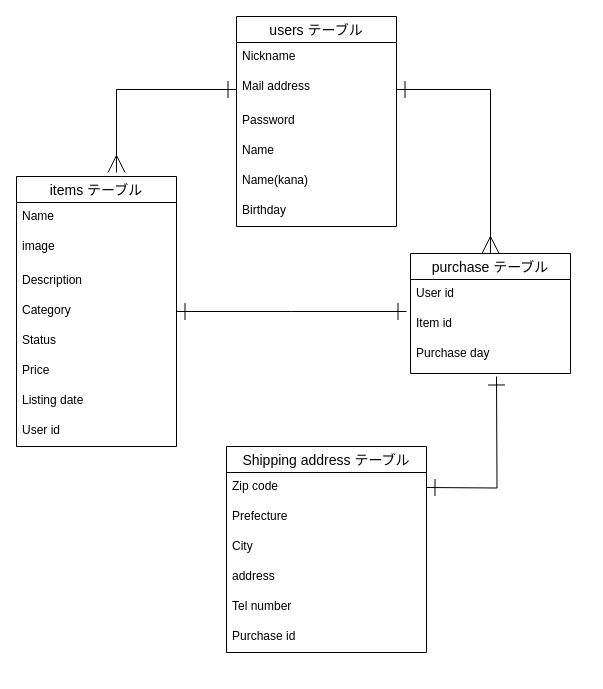
This is test.dio from hiro0405/furima-28200, a draw.io file, before an edit. Source tidied: cells renumbered, new cells numbered last; positions are measured from the earlier drawing's top-left corner, leaving out a move shared by most shapes. Both pictures are drawn from the tidied source at 100%, with x=0, y=0 at pixel (16, 16).
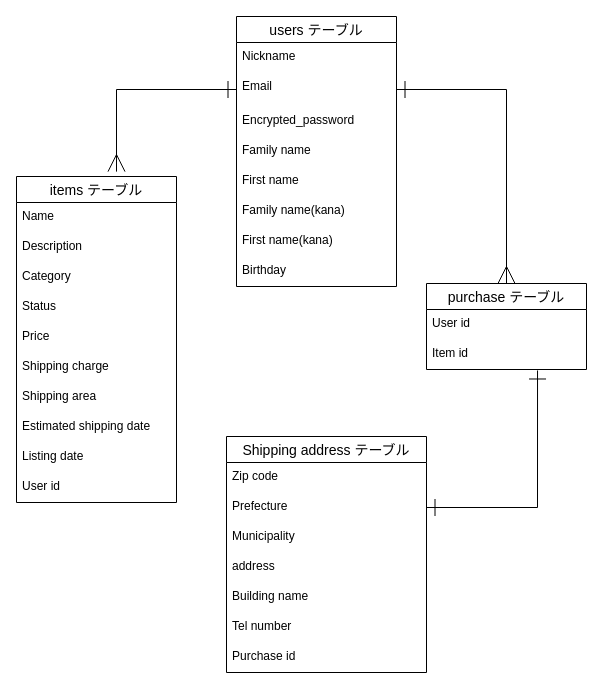
The same diagram, later.

Commit message (it also covers changes not shown here):
データベース設計の修正

The change refers to these unchanged cells:
```xml
<mxCell id="24" value="Item id" style="text;strokeColor=none;fillColor=none;spacingLeft=4;spacingRight=4;overflow=hidden;points=[[0,0.5],[1,0.5]];portConstraint=eastwest;fontSize=12;" parent="22" vertex="1">
  <mxGeometry y="56" width="160" height="30" as="geometry" />
</mxCell>
<mxCell id="28" value="Prefecture" style="text;strokeColor=none;fillColor=none;spacingLeft=4;spacingRight=4;overflow=hidden;points=[[0,0.5],[1,0.5]];portConstraint=eastwest;fontSize=12;" parent="26" vertex="1">
  <mxGeometry y="56" width="200" height="30" as="geometry" />
</mxCell>
```

Change to the diagram source:
```diff
@@
     <mxCell id="4" value="users テーブル" style="swimlane;fontStyle=0;horizontal=1;startSize=26;align=center;fontSize=14;" parent="1" vertex="1">
-      <mxGeometry x="220" width="160" height="210" as="geometry" />
+      <mxGeometry x="220" width="160" height="270" as="geometry" />
     </mxCell>
@@
-    <mxCell id="6" value="Mail address" style="text;strokeColor=none;fillColor=none;spacingLeft=4;spacingRight=4;overflow=hidden;points=[[0,0.5],[1,0.5]];portConstraint=eastwest;fontSize=12;" parent="4" vertex="1">
+    <mxCell id="6" value="Email" style="text;strokeColor=none;fillColor=none;spacingLeft=4;spacingRight=4;overflow=hidden;points=[[0,0.5],[1,0.5]];portConstraint=eastwest;fontSize=12;" parent="4" vertex="1">
       <mxGeometry y="56" width="160" height="34" as="geometry" />
     </mxCell>
-    <mxCell id="7" value="Password" style="text;strokeColor=none;fillColor=none;spacingLeft=4;spacingRight=4;overflow=hidden;fontSize=12;" parent="4" vertex="1">
+    <mxCell id="7" value="Encrypted_password" style="text;strokeColor=none;fillColor=none;spacingLeft=4;spacingRight=4;overflow=hidden;fontSize=12;" parent="4" vertex="1">
       <mxGeometry y="90" width="160" height="30" as="geometry" />
     </mxCell>
-    <mxCell id="8" value="Name" style="text;strokeColor=none;fillColor=none;spacingLeft=4;spacingRight=4;overflow=hidden;fontSize=12;" parent="4" vertex="1">
+    <mxCell id="8" value="Family name" style="text;strokeColor=none;fillColor=none;spacingLeft=4;spacingRight=4;overflow=hidden;fontSize=12;" parent="4" vertex="1">
       <mxGeometry y="120" width="160" height="30" as="geometry" />
     </mxCell>
+    <mxCell id="33" value="First name" style="text;strokeColor=none;fillColor=none;spacingLeft=4;spacingRight=4;overflow=hidden;fontSize=12;" parent="4" vertex="1">
+      <mxGeometry y="150" width="160" height="30" as="geometry" />
+    </mxCell>
-    <mxCell id="9" value="Name(kana)" style="text;strokeColor=none;fillColor=none;spacingLeft=4;spacingRight=4;overflow=hidden;fontSize=12;" parent="4" vertex="1">
-      <mxGeometry y="150" width="160" height="30" as="geometry" />
+    <mxCell id="9" value="Family name(kana)" style="text;strokeColor=none;fillColor=none;spacingLeft=4;spacingRight=4;overflow=hidden;fontSize=12;" parent="4" vertex="1">
+      <mxGeometry y="180" width="160" height="30" as="geometry" />
     </mxCell>
+    <mxCell id="34" value="First name(kana)" style="text;strokeColor=none;fillColor=none;spacingLeft=4;spacingRight=4;overflow=hidden;fontSize=12;" parent="4" vertex="1">
+      <mxGeometry y="210" width="160" height="30" as="geometry" />
+    </mxCell>
     <mxCell id="10" value="Birthday" style="text;strokeColor=none;fillColor=none;spacingLeft=4;spacingRight=4;overflow=hidden;fontSize=12;" parent="4" vertex="1">
-      <mxGeometry y="180" width="160" height="30" as="geometry" />
+      <mxGeometry y="240" width="160" height="30" as="geometry" />
     </mxCell>
     <mxCell id="11" value="items テーブル" style="swimlane;fontStyle=0;horizontal=1;startSize=26;align=center;fontSize=14;" parent="1" vertex="1">
-      <mxGeometry y="160" width="160" height="270" as="geometry" />
+      <mxGeometry y="160" width="160" height="326" as="geometry" />
     </mxCell>
@@
-    <mxCell id="13" value="image" style="text;strokeColor=none;fillColor=none;spacingLeft=4;spacingRight=4;overflow=hidden;fontSize=12;" parent="11" vertex="1">
-      <mxGeometry y="56" width="160" height="34" as="geometry" />
-    </mxCell>
     <mxCell id="14" value="Description" style="text;strokeColor=none;fillColor=none;spacingLeft=4;spacingRight=4;overflow=hidden;fontSize=12;" parent="11" vertex="1">
-      <mxGeometry y="90" width="160" height="30" as="geometry" />
+      <mxGeometry y="56" width="160" height="30" as="geometry" />
     </mxCell>
     <mxCell id="15" value="Category" style="text;strokeColor=none;fillColor=none;spacingLeft=4;spacingRight=4;overflow=hidden;points=[[0,0.5],[1,0.5]];portConstraint=eastwest;fontSize=12;" parent="11" vertex="1">
-      <mxGeometry y="120" width="160" height="30" as="geometry" />
+      <mxGeometry y="86" width="160" height="30" as="geometry" />
     </mxCell>
     <mxCell id="16" value="Status" style="text;strokeColor=none;fillColor=none;spacingLeft=4;spacingRight=4;overflow=hidden;fontSize=12;" parent="11" vertex="1">
-      <mxGeometry y="150" width="160" height="30" as="geometry" />
+      <mxGeometry y="116" width="160" height="30" as="geometry" />
     </mxCell>
     <mxCell id="17" value="Price" style="text;strokeColor=none;fillColor=none;spacingLeft=4;spacingRight=4;overflow=hidden;fontSize=12;" parent="11" vertex="1">
-      <mxGeometry y="180" width="160" height="30" as="geometry" />
+      <mxGeometry y="146" width="160" height="30" as="geometry" />
     </mxCell>
+    <mxCell id="35" value="Shipping charge" style="text;strokeColor=none;fillColor=none;spacingLeft=4;spacingRight=4;overflow=hidden;fontSize=12;" parent="11" vertex="1">
+      <mxGeometry y="176" width="160" height="30" as="geometry" />
+    </mxCell>
+    <mxCell id="36" value="Shipping area" style="text;strokeColor=none;fillColor=none;spacingLeft=4;spacingRight=4;overflow=hidden;fontSize=12;" parent="11" vertex="1">
+      <mxGeometry y="206" width="160" height="30" as="geometry" />
+    </mxCell>
+    <mxCell id="37" value="Estimated shipping date" style="text;strokeColor=none;fillColor=none;spacingLeft=4;spacingRight=4;overflow=hidden;fontSize=12;" parent="11" vertex="1">
+      <mxGeometry y="236" width="160" height="30" as="geometry" />
+    </mxCell>
     <mxCell id="18" value="Listing date" style="text;strokeColor=none;fillColor=none;spacingLeft=4;spacingRight=4;overflow=hidden;fontSize=12;" parent="11" vertex="1">
-      <mxGeometry y="210" width="160" height="30" as="geometry" />
+      <mxGeometry y="266" width="160" height="30" as="geometry" />
     </mxCell>
     <mxCell id="19" value="User id" style="text;strokeColor=none;fillColor=none;spacingLeft=4;spacingRight=4;overflow=hidden;fontSize=12;" parent="11" vertex="1">
-      <mxGeometry y="240" width="160" height="30" as="geometry" />
+      <mxGeometry y="296" width="160" height="30" as="geometry" />
     </mxCell>
-    <mxCell id="20" style="edgeStyle=orthogonalEdgeStyle;rounded=0;jumpSize=8;orthogonalLoop=1;jettySize=auto;html=1;exitX=1;exitY=0.5;exitDx=0;exitDy=0;startSize=15;endArrow=ERone;endFill=0;endSize=15;startArrow=ERone;startFill=0;" parent="1" edge="1">
-      <mxGeometry relative="1" as="geometry">
-        <mxPoint x="410" y="471" as="sourcePoint" />
-        <mxPoint x="480" y="360" as="targetPoint" />
-      </mxGeometry>
-    </mxCell>
-    <mxCell id="21" style="edgeStyle=orthogonalEdgeStyle;rounded=0;jettySize=auto;html=1;exitX=1;exitY=0.5;exitDx=0;exitDy=0;startArrow=ERone;startFill=0;startSize=15;endArrow=ERone;endFill=0;endSize=15;" parent="1" edge="1" source="15">
-      <mxGeometry relative="1" as="geometry">
-        <mxPoint x="390" y="295" as="targetPoint" />
-      </mxGeometry>
-    </mxCell>
     <mxCell id="22" value="purchase テーブル" style="swimlane;fontStyle=0;horizontal=1;startSize=26;align=center;fontSize=14;" parent="1" vertex="1">
-      <mxGeometry x="394" y="237" width="160" height="120" as="geometry" />
+      <mxGeometry x="410" y="267" width="160" height="86" as="geometry" />
     </mxCell>
@@
-    <mxCell id="25" value="Purchase day" style="text;strokeColor=none;fillColor=none;spacingLeft=4;spacingRight=4;overflow=hidden;fontSize=12;" parent="22" vertex="1">
-      <mxGeometry y="86" width="160" height="34" as="geometry" />
-    </mxCell>
     <mxCell id="26" value="Shipping address テーブル" style="swimlane;fontStyle=0;horizontal=1;startSize=26;align=center;fontSize=14;" parent="1" vertex="1">
-      <mxGeometry x="210" y="430" width="200" height="206" as="geometry" />
+      <mxGeometry x="210" y="420" width="200" height="236" as="geometry" />
     </mxCell>
@@
-    <mxCell id="29" value="City" style="text;strokeColor=none;fillColor=none;spacingLeft=4;spacingRight=4;overflow=hidden;fontSize=12;" parent="26" vertex="1">
+    <mxCell id="29" value="Municipality" style="text;strokeColor=none;fillColor=none;spacingLeft=4;spacingRight=4;overflow=hidden;fontSize=12;" parent="26" vertex="1">
       <mxGeometry y="86" width="200" height="30" as="geometry" />
     </mxCell>
@@
+    <mxCell id="38" value="Building name" style="text;strokeColor=none;fillColor=none;spacingLeft=4;spacingRight=4;overflow=hidden;fontSize=12;" parent="26" vertex="1">
+      <mxGeometry y="146" width="200" height="30" as="geometry" />
+    </mxCell>
     <mxCell id="31" value="Tel number" style="text;strokeColor=none;fillColor=none;spacingLeft=4;spacingRight=4;overflow=hidden;fontSize=12;" parent="26" vertex="1">
-      <mxGeometry y="146" width="200" height="30" as="geometry" />
+      <mxGeometry y="176" width="200" height="30" as="geometry" />
     </mxCell>
     <mxCell id="32" value="Purchase id" style="text;strokeColor=none;fillColor=none;spacingLeft=4;spacingRight=4;overflow=hidden;fontSize=12;" parent="26" vertex="1">
-      <mxGeometry y="176" width="200" height="30" as="geometry" />
+      <mxGeometry y="206" width="200" height="30" as="geometry" />
     </mxCell>
+    <mxCell id="39" style="edgeStyle=orthogonalEdgeStyle;rounded=0;jettySize=auto;html=1;exitX=1;exitY=0.5;exitDx=0;exitDy=0;entryX=0.694;entryY=1.033;entryDx=0;entryDy=0;entryPerimeter=0;startArrow=ERone;startFill=0;endArrow=ERone;endFill=0;endSize=15;startSize=15;" parent="1" edge="1" source="28" target="24">
+      <mxGeometry relative="1" as="geometry" />
+    </mxCell>
```
